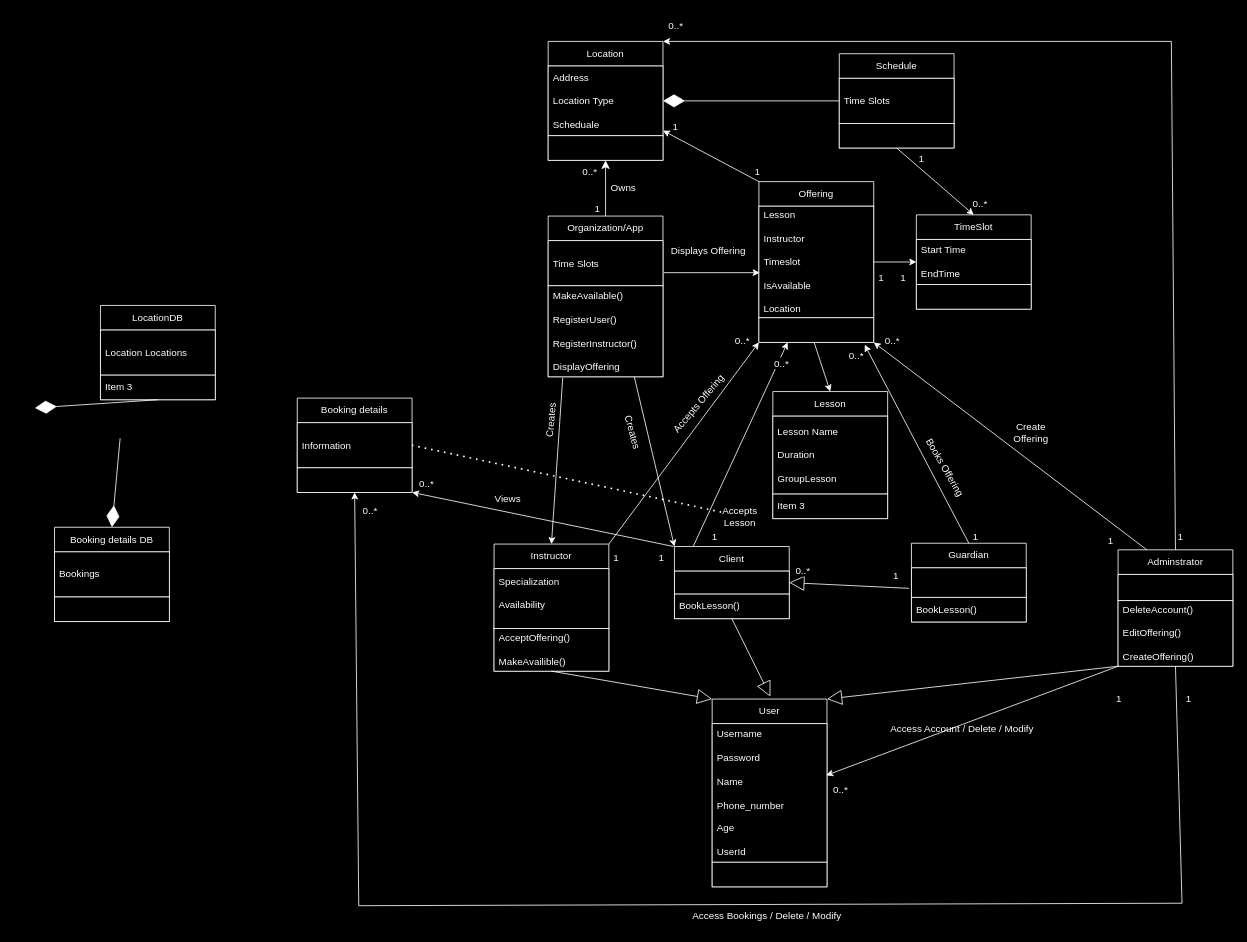
The draw.io diagram Use Case 1/class_diagram.drawio in matdavid7272/342project, before the edit. Source tidied: cells renumbered, new cells numbered last; positions are measured from the earlier drawing's top-left corner, leaving out a move shared by most shapes. Both pictures are drawn from the tidied source at 82%, with x=0, y=0 at pixel (34, 14).
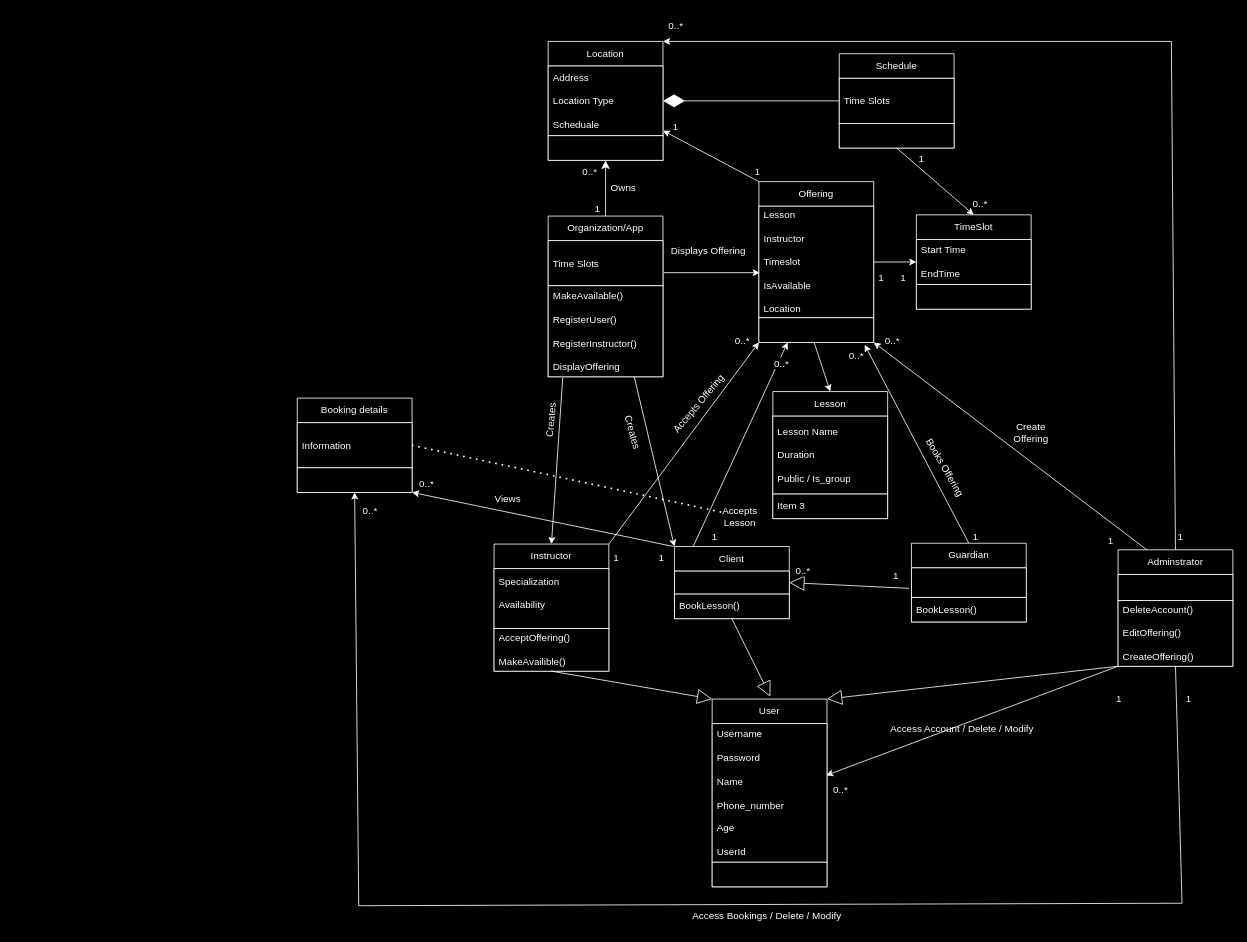
The same diagram, later.

Unchanged cells that the change refers to:
```xml
<mxCell id="44" value="&lt;font color=&quot;#ffffff&quot;&gt;Lesson&lt;/font&gt;" style="swimlane;fontStyle=0;horizontal=1;startSize=30;whiteSpace=wrap;html=1;strokeColor=#FFFFFF;fillColor=#000000;" parent="1" vertex="1">
  <mxGeometry x="900" y="460" width="140" height="155" as="geometry" />
</mxCell>
```

What changed in the source:
```diff
@@
-    <mxCell id="27" value="&lt;font color=&quot;#ffffff&quot;&gt;LocationDB&lt;/font&gt;" style="swimlane;fontStyle=0;horizontal=1;startSize=30;whiteSpace=wrap;html=1;strokeColor=#FFFFFF;fillColor=#000000;" parent="1" vertex="1">
-      <mxGeometry x="80" y="355" width="140" height="115" as="geometry" />
-    </mxCell>
-    <mxCell id="28" value="&lt;font color=&quot;#ffffff&quot;&gt;Location Locations&lt;/font&gt;" style="text;strokeColor=#FFFFFF;fillColor=#000000;align=left;verticalAlign=middle;spacingLeft=4;spacingRight=4;overflow=hidden;whiteSpace=wrap;html=1;" parent="27" vertex="1">
-      <mxGeometry y="30" width="140" height="55" as="geometry" />
-    </mxCell>
-    <mxCell id="29" value="&lt;font style=&quot;background-color: rgb(0, 0, 0);&quot; color=&quot;#ffffff&quot;&gt;Item 3&lt;/font&gt;" style="text;strokeColor=#FFFFFF;fillColor=#000000;align=left;verticalAlign=middle;spacingLeft=4;spacingRight=4;overflow=hidden;whiteSpace=wrap;html=1;" parent="27" vertex="1">
-      <mxGeometry y="85" width="140" height="30" as="geometry" />
-    </mxCell>
-    <mxCell id="30" style="endArrow=diamondThin;endFill=1;endSize=24;html=1;rounded=0;strokeColor=#FFFFFF;exitX=0.5;exitY=1;exitDx=0;exitDy=0;" parent="1" edge="1" source="27">
-      <mxGeometry relative="1" as="geometry">
-        <mxPoint y="480" as="targetPoint" />
-      </mxGeometry>
-    </mxCell>
@@
-    <mxCell id="45" value="&lt;font color=&quot;#ffffff&quot;&gt;Lesson Name&lt;/font&gt;&lt;br&gt;&lt;div&gt;&lt;font color=&quot;#ffffff&quot;&gt;&lt;br&gt;&lt;/font&gt;&lt;/div&gt;&lt;div&gt;&lt;font color=&quot;#ffffff&quot;&gt;Duration&lt;/font&gt;&lt;/div&gt;&lt;div&gt;&lt;font color=&quot;#ffffff&quot;&gt;&lt;br&gt;&lt;/font&gt;&lt;/div&gt;&lt;div&gt;&lt;font color=&quot;#ffffff&quot;&gt;GroupLesson&lt;/font&gt;&lt;/div&gt;" style="text;strokeColor=#FFFFFF;fillColor=#000000;align=left;verticalAlign=middle;spacingLeft=4;spacingRight=4;overflow=hidden;whiteSpace=wrap;html=1;" parent="44" vertex="1">
+    <mxCell id="45" value="&lt;font color=&quot;#ffffff&quot;&gt;Lesson Name&lt;/font&gt;&lt;br&gt;&lt;div&gt;&lt;font color=&quot;#ffffff&quot;&gt;&lt;br&gt;&lt;/font&gt;&lt;/div&gt;&lt;div&gt;&lt;font color=&quot;#ffffff&quot;&gt;Duration&lt;/font&gt;&lt;/div&gt;&lt;div&gt;&lt;font color=&quot;#ffffff&quot;&gt;&lt;br&gt;&lt;/font&gt;&lt;/div&gt;&lt;div&gt;&lt;font color=&quot;#ffffff&quot;&gt;Public / Is_group&lt;/font&gt;&lt;/div&gt;" style="text;strokeColor=#FFFFFF;fillColor=#000000;align=left;verticalAlign=middle;spacingLeft=4;spacingRight=4;overflow=hidden;whiteSpace=wrap;html=1;" parent="44" vertex="1">
       <mxGeometry y="30" width="140" height="95" as="geometry" />
     </mxCell>
@@
-    <mxCell id="61" value="&lt;font color=&quot;#ffffff&quot;&gt;Booking details DB&lt;/font&gt;" style="swimlane;fontStyle=0;horizontal=1;startSize=30;whiteSpace=wrap;html=1;strokeColor=#FFFFFF;fillColor=#000000;" parent="1" vertex="1">
-      <mxGeometry x="24" y="625.5" width="140" height="115" as="geometry" />
-    </mxCell>
-    <mxCell id="62" value="&lt;font color=&quot;#ffffff&quot;&gt;Bookings&lt;/font&gt;" style="text;strokeColor=#FFFFFF;fillColor=#000000;align=left;verticalAlign=middle;spacingLeft=4;spacingRight=4;overflow=hidden;whiteSpace=wrap;html=1;" parent="61" vertex="1">
-      <mxGeometry y="30" width="140" height="55" as="geometry" />
-    </mxCell>
-    <mxCell id="63" style="text;strokeColor=#FFFFFF;fillColor=#000000;align=left;verticalAlign=middle;spacingLeft=4;spacingRight=4;overflow=hidden;whiteSpace=wrap;html=1;" parent="61" vertex="1">
-      <mxGeometry y="85" width="140" height="30" as="geometry" />
-    </mxCell>
-    <mxCell id="64" style="endArrow=diamondThin;endFill=1;endSize=24;html=1;rounded=0;entryX=0.5;entryY=0;entryDx=0;entryDy=0;strokeColor=#FFFFFF;" parent="1" edge="1" target="61">
-      <mxGeometry relative="1" as="geometry">
-        <mxPoint x="104" y="517" as="sourcePoint" />
-      </mxGeometry>
-    </mxCell>
```
